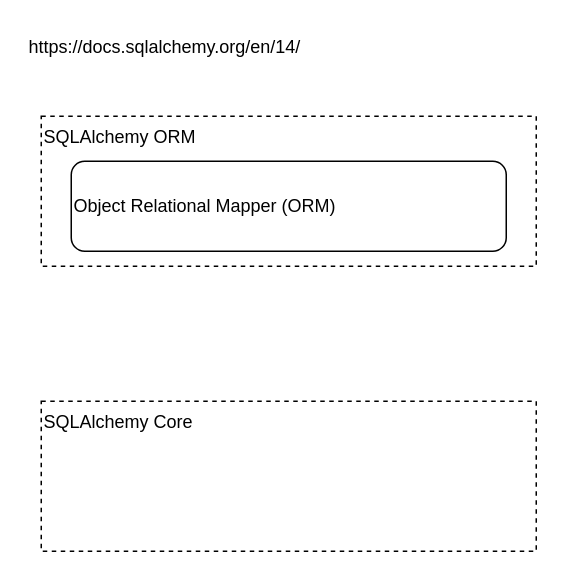
Earlier version of the draw.io diagram Untitled Diagram.drawio (kayaru28/drawio). Source tidied: cells renumbered, new cells numbered last; positions are measured from the earlier drawing's top-left corner, leaving out a move shared by most shapes. Both pictures are drawn from the tidied source at 150%, with x=0, y=0 at pixel (26, 26).
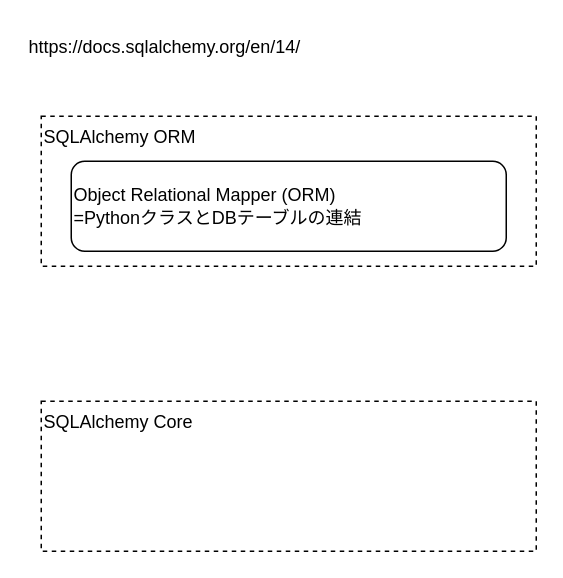
The same diagram, later.

What changed in the source:
```diff
@@
 <mxGraphModel>
   <root>
     <mxCell id="0" />
     <mxCell id="1" parent="0" />
     <mxCell id="2" value="https://docs.sqlalchemy.org/en/14/" style="text;whiteSpace=wrap;html=1;" parent="1" vertex="1">
       <mxGeometry width="210" height="30" as="geometry" />
     </mxCell>
     <mxCell id="3" value="SQLAlchemy ORM" style="rounded=0;whiteSpace=wrap;html=1;dashed=1;align=left;verticalAlign=top;" parent="1" vertex="1">
       <mxGeometry x="10" y="60" width="330" height="100" as="geometry" />
     </mxCell>
-    <mxCell id="4" value="Object Relational Mapper (ORM)" style="rounded=1;whiteSpace=wrap;html=1;align=left;" parent="1" vertex="1">
+    <mxCell id="4" value="&lt;div&gt;Object Relational Mapper (ORM)&lt;/div&gt;&lt;div&gt;=PythonクラスとDBテーブルの連結&lt;/div&gt;" style="rounded=1;whiteSpace=wrap;html=1;align=left;" parent="1" vertex="1">
       <mxGeometry x="30" y="90" width="290" height="60" as="geometry" />
     </mxCell>
     <mxCell id="5" value="SQLAlchemy Core" style="rounded=0;whiteSpace=wrap;html=1;dashed=1;align=left;verticalAlign=top;" parent="1" vertex="1">
       <mxGeometry x="10" y="250" width="330" height="100" as="geometry" />
     </mxCell>
   </root>
 </mxGraphModel>
```
